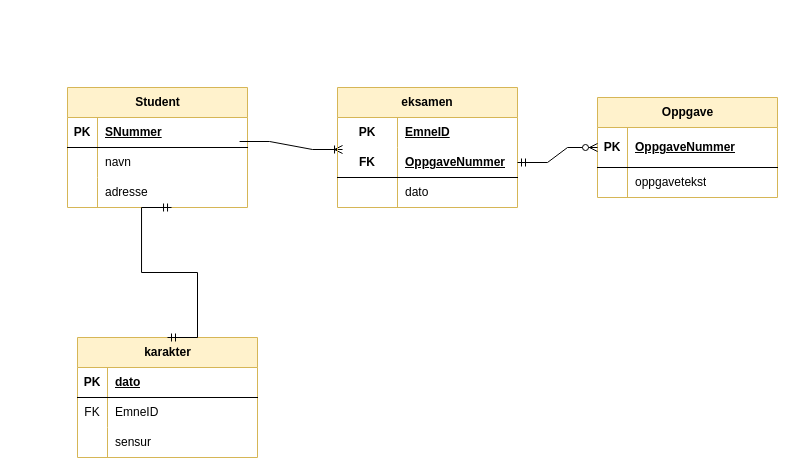
This is klasserom Diagram.drawio from angeclara/ER101, a draw.io file, before an edit. Source tidied: cells renumbered, new cells numbered last; positions are measured from the earlier drawing's top-left corner, leaving out a move shared by most shapes. Both pictures are drawn from the tidied source at 100%, with x=0, y=0 at pixel (67, 87).
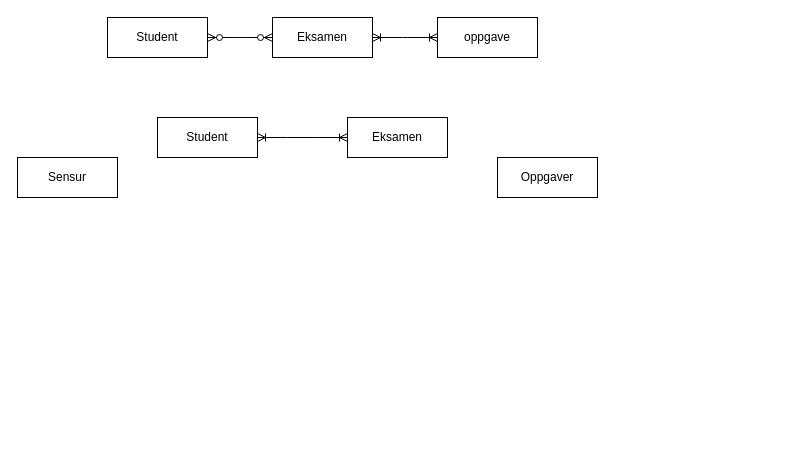
After the change.

What changed in the source:
```diff
@@
-    <mxCell id="2" value="Student" style="shape=table;startSize=30;childLayout=tableLayout;rowLines=0;fontStyle=1;align=center;html=1;fillColor=#fff2cc;strokeColor=#d6b656;" parent="1" vertex="1">
-      <mxGeometry width="180" height="120" as="geometry" />
-    </mxCell>
-    <mxCell id="3" style="shape=tableRow;horizontal=0;startSize=0;swimlaneHead=0;swimlaneBody=0;fillColor=none;top=0;left=0;right=0;bottom=1;" parent="2" vertex="1">
-      <mxGeometry y="30" width="180" height="30" as="geometry" />
-    </mxCell>
-    <mxCell id="4" value="PK" style="shape=partialRectangle;fillColor=none;top=0;left=0;bottom=0;right=0;fontStyle=1;overflow=hidden;whiteSpace=wrap;html=1;" parent="3" vertex="1">
-      <mxGeometry width="30" height="30" as="geometry" />
-    </mxCell>
-    <mxCell id="5" value="SNummer" style="shape=partialRectangle;fillColor=none;top=0;left=0;bottom=0;right=0;align=left;spacingLeft=6;fontStyle=5;overflow=hidden;whiteSpace=wrap;html=1;" parent="3" vertex="1">
-      <mxGeometry x="30" width="150" height="30" as="geometry" />
-    </mxCell>
-    <mxCell id="6" style="shape=tableRow;horizontal=0;startSize=0;swimlaneHead=0;swimlaneBody=0;fillColor=none;points=[[0,0.5],[1,0.5]];portConstraint=eastwest;top=0;left=0;right=0;bottom=0;" parent="2" vertex="1">
-      <mxGeometry y="60" width="180" height="30" as="geometry" />
-    </mxCell>
-    <mxCell id="7" style="shape=partialRectangle;fillColor=none;top=0;left=0;bottom=0;right=0;overflow=hidden;whiteSpace=wrap;html=1;" parent="6" vertex="1">
-      <mxGeometry width="30" height="30" as="geometry" />
-    </mxCell>
-    <mxCell id="8" value="navn" style="shape=partialRectangle;fillColor=none;top=0;left=0;bottom=0;right=0;align=left;spacingLeft=6;overflow=hidden;whiteSpace=wrap;html=1;" parent="6" vertex="1">
-      <mxGeometry x="30" width="150" height="30" as="geometry" />
-    </mxCell>
-    <mxCell id="9" style="shape=tableRow;horizontal=0;startSize=0;swimlaneHead=0;swimlaneBody=0;fillColor=none;points=[[0,0.5],[1,0.5]];portConstraint=eastwest;top=0;left=0;right=0;bottom=0;" parent="2" vertex="1">
-      <mxGeometry y="90" width="180" height="30" as="geometry" />
-    </mxCell>
-    <mxCell id="10" style="shape=partialRectangle;fillColor=none;top=0;left=0;bottom=0;right=0;overflow=hidden;whiteSpace=wrap;html=1;" parent="9" vertex="1">
-      <mxGeometry width="30" height="30" as="geometry" />
-    </mxCell>
-    <mxCell id="11" value="adresse" style="shape=partialRectangle;fillColor=none;top=0;left=0;bottom=0;right=0;align=left;spacingLeft=6;overflow=hidden;whiteSpace=wrap;html=1;" parent="9" vertex="1">
-      <mxGeometry x="30" width="150" height="30" as="geometry" />
-    </mxCell>
-    <mxCell id="12" value="karakter" style="shape=table;startSize=30;childLayout=tableLayout;rowLines=0;fontStyle=1;align=center;html=1;fillColor=#fff2cc;strokeColor=#d6b656;" parent="1" vertex="1">
-      <mxGeometry x="10" y="250" width="180" height="120" as="geometry" />
-    </mxCell>
-    <mxCell id="13" style="shape=tableRow;horizontal=0;startSize=0;swimlaneHead=0;swimlaneBody=0;fillColor=none;top=0;left=0;right=0;bottom=1;" parent="12" vertex="1">
-      <mxGeometry y="30" width="180" height="30" as="geometry" />
-    </mxCell>
-    <mxCell id="14" value="PK" style="shape=partialRectangle;fillColor=none;top=0;left=0;bottom=0;right=0;fontStyle=1;overflow=hidden;whiteSpace=wrap;html=1;" parent="13" vertex="1">
-      <mxGeometry width="30" height="30" as="geometry" />
-    </mxCell>
-    <mxCell id="15" value="dato" style="shape=partialRectangle;fillColor=none;top=0;left=0;bottom=0;right=0;align=left;spacingLeft=6;fontStyle=5;overflow=hidden;whiteSpace=wrap;html=1;" parent="13" vertex="1">
-      <mxGeometry x="30" width="150" height="30" as="geometry" />
-    </mxCell>
-    <mxCell id="16" style="shape=tableRow;horizontal=0;startSize=0;swimlaneHead=0;swimlaneBody=0;fillColor=none;top=0;left=0;right=0;bottom=0;" parent="12" vertex="1">
-      <mxGeometry y="60" width="180" height="30" as="geometry" />
-    </mxCell>
-    <mxCell id="17" value="FK" style="shape=partialRectangle;fillColor=none;top=0;left=0;bottom=0;right=0;overflow=hidden;whiteSpace=wrap;html=1;" parent="16" vertex="1">
-      <mxGeometry width="30" height="30" as="geometry" />
-    </mxCell>
-    <mxCell id="18" value="EmneID" style="shape=partialRectangle;fillColor=none;top=0;left=0;bottom=0;right=0;align=left;spacingLeft=6;overflow=hidden;whiteSpace=wrap;html=1;" parent="16" vertex="1">
-      <mxGeometry x="30" width="150" height="30" as="geometry" />
-    </mxCell>
-    <mxCell id="19" style="shape=tableRow;horizontal=0;startSize=0;swimlaneHead=0;swimlaneBody=0;fillColor=none;top=0;left=0;right=0;bottom=0;" parent="12" vertex="1">
-      <mxGeometry y="90" width="180" height="30" as="geometry" />
-    </mxCell>
-    <mxCell id="20" style="shape=partialRectangle;fillColor=none;top=0;left=0;bottom=0;right=0;overflow=hidden;whiteSpace=wrap;html=1;" parent="19" vertex="1">
-      <mxGeometry width="30" height="30" as="geometry" />
-    </mxCell>
-    <mxCell id="21" value="sensur" style="shape=partialRectangle;fillColor=none;top=0;left=0;bottom=0;right=0;align=left;spacingLeft=6;overflow=hidden;whiteSpace=wrap;html=1;" parent="19" vertex="1">
-      <mxGeometry x="30" width="150" height="30" as="geometry" />
-    </mxCell>
-    <mxCell id="22" style="edgeStyle=entityRelationEdgeStyle;fontSize=12;html=1;endArrow=ERoneToMany;rounded=0;exitX=0.956;exitY=-0.2;exitDx=0;exitDy=0;entryX=0.028;entryY=0.067;entryDx=0;entryDy=0;exitPerimeter=0;entryPerimeter=0;" parent="1" edge="1" source="6" target="35">
-      <mxGeometry relative="1" as="geometry">
-        <Array as="points">
-          <mxPoint x="228" y="243.5" />
-        </Array>
-      </mxGeometry>
-    </mxCell>
-    <mxCell id="23" style="edgeStyle=entityRelationEdgeStyle;fontSize=12;html=1;endArrow=ERmandOne;startArrow=ERmandOne;rounded=0;exitX=0.5;exitY=0;exitDx=0;exitDy=0;entryX=0.578;entryY=1;entryDx=0;entryDy=0;entryPerimeter=0;" parent="1" edge="1" source="12" target="9">
-      <mxGeometry relative="1" as="geometry">
-        <Array as="points">
-          <mxPoint x="110" y="190" />
-        </Array>
-      </mxGeometry>
-    </mxCell>
-    <mxCell id="24" value="Oppgave" style="shape=table;startSize=30;childLayout=tableLayout;rowLines=0;fontStyle=1;align=center;html=1;fillColor=#fff2cc;strokeColor=#d6b656;" parent="1" vertex="1">
-      <mxGeometry x="530" y="10" width="180" height="100" as="geometry" />
-    </mxCell>
-    <mxCell id="25" style="shape=tableRow;horizontal=0;startSize=0;swimlaneHead=0;swimlaneBody=0;fillColor=none;points=[[0,0.5],[1,0.5]];portConstraint=eastwest;top=0;left=0;right=0;bottom=1;" parent="24" vertex="1">
-      <mxGeometry y="30" width="180" height="40" as="geometry" />
-    </mxCell>
-    <mxCell id="26" value="PK" style="shape=partialRectangle;fillColor=none;top=0;left=0;bottom=0;right=0;fontStyle=1;overflow=hidden;whiteSpace=wrap;html=1;" parent="25" vertex="1">
-      <mxGeometry width="30" height="40" as="geometry" />
-    </mxCell>
-    <mxCell id="27" value="OppgaveNummer" style="shape=partialRectangle;fillColor=none;top=0;left=0;bottom=0;right=0;align=left;spacingLeft=6;fontStyle=5;overflow=hidden;whiteSpace=wrap;html=1;" parent="25" vertex="1">
-      <mxGeometry x="30" width="150" height="40" as="geometry" />
-    </mxCell>
-    <mxCell id="28" style="shape=tableRow;horizontal=0;startSize=0;swimlaneHead=0;swimlaneBody=0;fillColor=none;top=0;left=0;right=0;bottom=0;" parent="24" vertex="1">
-      <mxGeometry y="70" width="180" height="30" as="geometry" />
-    </mxCell>
-    <mxCell id="29" style="shape=partialRectangle;fillColor=none;top=0;left=0;bottom=0;right=0;overflow=hidden;whiteSpace=wrap;html=1;" parent="28" vertex="1">
-      <mxGeometry width="30" height="30" as="geometry" />
-    </mxCell>
-    <mxCell id="30" value="oppgavetekst" style="shape=partialRectangle;fillColor=none;top=0;left=0;bottom=0;right=0;align=left;spacingLeft=6;overflow=hidden;whiteSpace=wrap;html=1;" parent="28" vertex="1">
-      <mxGeometry x="30" width="150" height="30" as="geometry" />
-    </mxCell>
-    <mxCell id="31" value="eksamen" style="shape=table;startSize=30;childLayout=tableLayout;rowLines=0;fontStyle=1;align=center;html=1;whiteSpace=wrap;fillColor=#fff2cc;strokeColor=#d6b656;" parent="1" vertex="1">
-      <mxGeometry x="270" width="180" height="120" as="geometry" />
-    </mxCell>
-    <mxCell id="32" style="shape=tableRow;horizontal=0;startSize=0;swimlaneHead=0;swimlaneBody=0;fillColor=none;top=0;left=0;right=0;bottom=0;html=1;" parent="31" vertex="1">
-      <mxGeometry y="30" width="180" height="30" as="geometry" />
-    </mxCell>
-    <mxCell id="33" value="PK" style="shape=partialRectangle;fillColor=none;top=0;left=0;bottom=0;right=0;fontStyle=1;overflow=hidden;html=1;whiteSpace=wrap;" parent="32" vertex="1">
-      <mxGeometry width="60" height="30" as="geometry" />
-    </mxCell>
-    <mxCell id="34" value="EmneID" style="shape=partialRectangle;fillColor=none;top=0;left=0;bottom=0;right=0;align=left;spacingLeft=6;fontStyle=5;overflow=hidden;html=1;whiteSpace=wrap;" parent="32" vertex="1">
-      <mxGeometry x="60" width="120" height="30" as="geometry" />
-    </mxCell>
-    <mxCell id="35" style="shape=tableRow;horizontal=0;startSize=0;swimlaneHead=0;swimlaneBody=0;fillColor=none;points=[[0,0.5],[1,0.5]];portConstraint=eastwest;top=0;left=0;right=0;bottom=1;html=1;" parent="31" vertex="1">
-      <mxGeometry y="60" width="180" height="30" as="geometry" />
-    </mxCell>
-    <mxCell id="36" value="FK" style="shape=partialRectangle;fillColor=none;top=0;left=0;bottom=0;right=0;fontStyle=1;overflow=hidden;html=1;whiteSpace=wrap;" parent="35" vertex="1">
-      <mxGeometry width="60" height="30" as="geometry" />
-    </mxCell>
-    <mxCell id="37" value="OppgaveNummer" style="shape=partialRectangle;fillColor=none;top=0;left=0;bottom=0;right=0;align=left;spacingLeft=6;fontStyle=5;overflow=hidden;html=1;whiteSpace=wrap;" parent="35" vertex="1">
-      <mxGeometry x="60" width="120" height="30" as="geometry" />
-    </mxCell>
-    <mxCell id="38" style="shape=tableRow;horizontal=0;startSize=0;swimlaneHead=0;swimlaneBody=0;fillColor=none;top=0;left=0;right=0;bottom=0;html=1;" parent="31" vertex="1">
-      <mxGeometry y="90" width="180" height="30" as="geometry" />
-    </mxCell>
-    <mxCell id="39" style="shape=partialRectangle;fillColor=none;top=0;left=0;bottom=0;right=0;overflow=hidden;html=1;whiteSpace=wrap;" parent="38" vertex="1">
-      <mxGeometry width="60" height="30" as="geometry" />
-    </mxCell>
-    <mxCell id="40" value="dato" style="shape=partialRectangle;fillColor=none;top=0;left=0;bottom=0;right=0;align=left;spacingLeft=6;overflow=hidden;html=1;whiteSpace=wrap;" parent="38" vertex="1">
-      <mxGeometry x="60" width="120" height="30" as="geometry" />
-    </mxCell>
-    <mxCell id="41" style="edgeStyle=entityRelationEdgeStyle;fontSize=12;html=1;endArrow=ERzeroToMany;startArrow=ERmandOne;rounded=0;entryX=0;entryY=0.5;entryDx=0;entryDy=0;" parent="1" edge="1" source="35" target="25">
-      <mxGeometry relative="1" as="geometry" />
-    </mxCell>
+    <mxCell id="42" value="Student" style="whiteSpace=wrap;html=1;align=center;" parent="1" vertex="1">
+      <mxGeometry x="40" y="-70" width="100" height="40" as="geometry" />
+    </mxCell>
+    <mxCell id="43" value="Eksamen" style="whiteSpace=wrap;html=1;align=center;" parent="1" vertex="1">
+      <mxGeometry x="205" y="-70" width="100" height="40" as="geometry" />
+    </mxCell>
+    <mxCell id="44" value="oppgave" style="whiteSpace=wrap;html=1;align=center;" parent="1" vertex="1">
+      <mxGeometry x="370" y="-70" width="100" height="40" as="geometry" />
+    </mxCell>
+    <mxCell id="45" value="Oppgaver" style="whiteSpace=wrap;html=1;align=center;" parent="1" vertex="1">
+      <mxGeometry x="430" y="70" width="100" height="40" as="geometry" />
+    </mxCell>
+    <mxCell id="46" value="Eksamen" style="whiteSpace=wrap;html=1;align=center;" parent="1" vertex="1">
+      <mxGeometry x="280" y="30" width="100" height="40" as="geometry" />
+    </mxCell>
+    <mxCell id="47" value="Sensur" style="whiteSpace=wrap;html=1;align=center;" parent="1" vertex="1">
+      <mxGeometry x="-50" y="70" width="100" height="40" as="geometry" />
+    </mxCell>
+    <mxCell id="48" value="Student" style="whiteSpace=wrap;html=1;align=center;" parent="1" vertex="1">
+      <mxGeometry x="90" y="30" width="100" height="40" as="geometry" />
+    </mxCell>
+    <mxCell id="49" style="edgeStyle=entityRelationEdgeStyle;fontSize=12;html=1;endArrow=ERoneToMany;startArrow=ERoneToMany;rounded=0;exitX=1;exitY=0.5;exitDx=0;exitDy=0;entryX=0;entryY=0.5;entryDx=0;entryDy=0;" parent="1" edge="1" source="48" target="46">
+      <mxGeometry relative="1" as="geometry" />
+    </mxCell>
+    <mxCell id="50" style="edgeStyle=entityRelationEdgeStyle;fontSize=12;html=1;endArrow=ERzeroToMany;endFill=1;startArrow=ERzeroToMany;rounded=0;exitX=1;exitY=0.5;exitDx=0;exitDy=0;entryX=0;entryY=0.5;entryDx=0;entryDy=0;" parent="1" edge="1" source="42" target="43">
+      <mxGeometry relative="1" as="geometry" />
+    </mxCell>
+    <mxCell id="51" style="edgeStyle=entityRelationEdgeStyle;fontSize=12;html=1;endArrow=ERoneToMany;startArrow=ERoneToMany;rounded=0;exitX=1;exitY=0.5;exitDx=0;exitDy=0;entryX=0;entryY=0.5;entryDx=0;entryDy=0;" parent="1" edge="1" source="43" target="44">
+      <mxGeometry relative="1" as="geometry" />
+    </mxCell>
```
